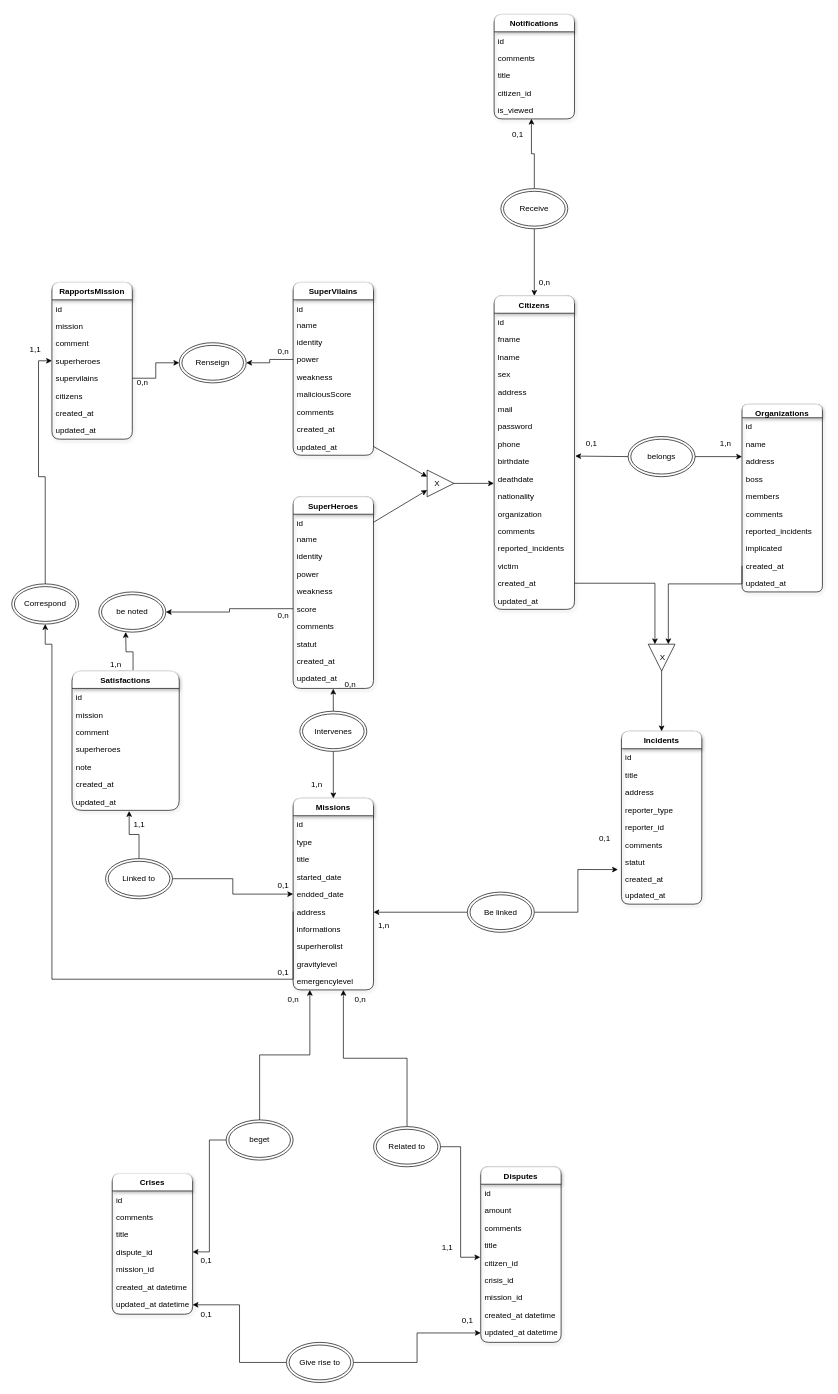
Earlier version of the draw.io diagram documentation/mcd/mcd.drawio (floriaaan/java-bootcamp). Source tidied: cells renumbered, new cells numbered last; positions are measured from the earlier drawing's top-left corner, leaving out a move shared by most shapes. Both pictures are drawn from the tidied source at 67%, with x=0, y=0 at pixel (11, 14).
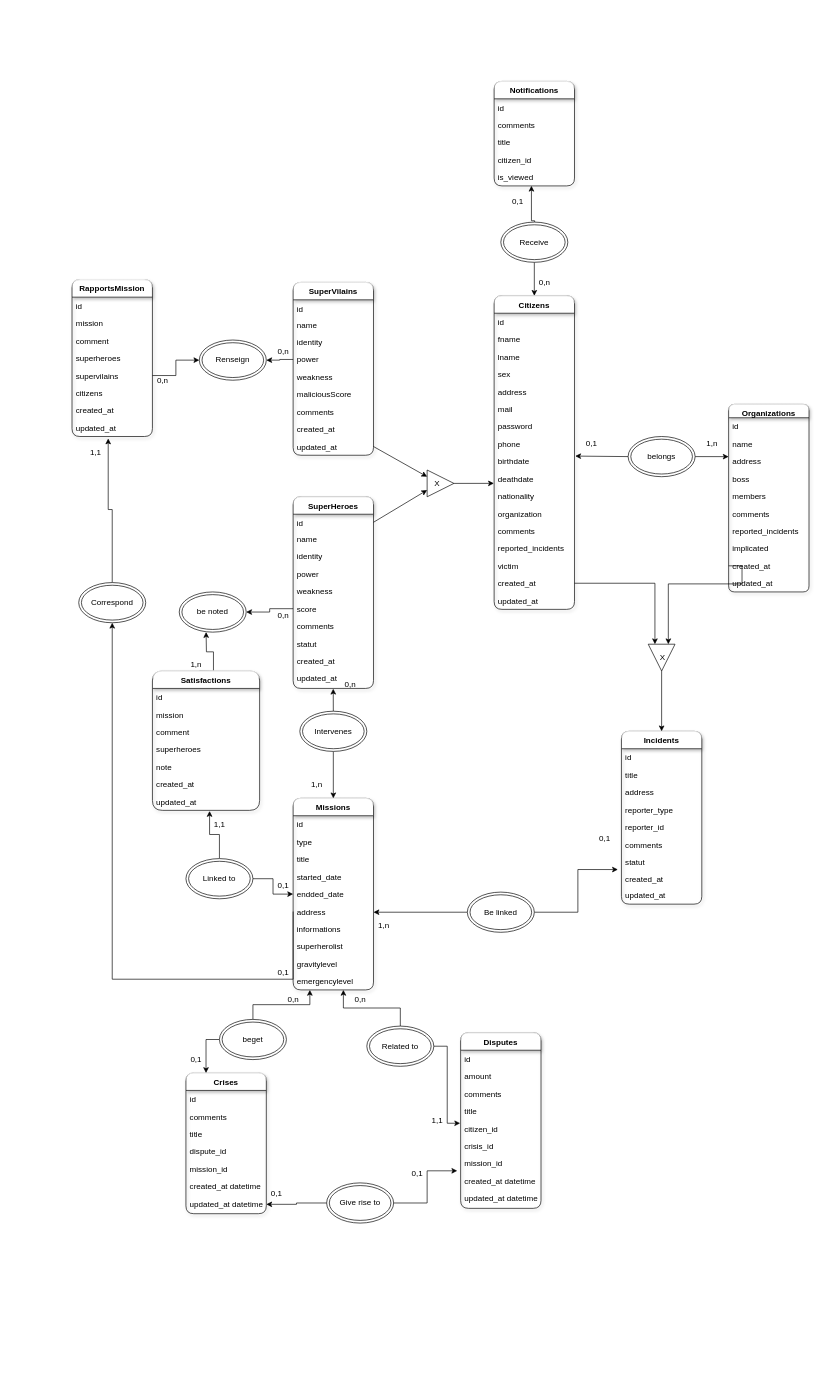
The same diagram, later.

The change refers to these unchanged cells:
```xml
<mxCell id="77" value="address" style="text;strokeColor=none;fillColor=none;align=left;verticalAlign=top;spacingLeft=4;spacingRight=4;overflow=hidden;points=[[0,0.5],[1,0.5]];portConstraint=eastwest;" parent="71" vertex="1">
  <mxGeometry y="156" width="120" height="26" as="geometry" />
</mxCell>
<mxCell id="100" value="superheroes" style="text;strokeColor=none;fillColor=none;align=left;verticalAlign=top;spacingLeft=4;spacingRight=4;overflow=hidden;points=[[0,0.5],[1,0.5]];portConstraint=eastwest;" parent="96" vertex="1">
  <mxGeometry y="104" width="120" height="26" as="geometry" />
</mxCell>
<mxCell id="104" value="updated_at" style="text;strokeColor=none;fillColor=none;align=left;verticalAlign=top;spacingLeft=4;spacingRight=4;overflow=hidden;points=[[0,0.5],[1,0.5]];portConstraint=eastwest;" parent="96" vertex="1">
  <mxGeometry y="208" width="120" height="26" as="geometry" />
</mxCell>
<mxCell id="137" value="dispute_id" style="text;strokeColor=none;fillColor=none;align=left;verticalAlign=top;spacingLeft=4;spacingRight=4;overflow=hidden;points=[[0,0.5],[1,0.5]];portConstraint=eastwest;" parent="133" vertex="1">
  <mxGeometry y="104" width="120" height="26" as="geometry" />
</mxCell>
<mxCell id="149" value="created_at datetime" style="text;strokeColor=none;fillColor=none;align=left;verticalAlign=top;spacingLeft=4;spacingRight=4;overflow=hidden;points=[[0,0.5],[1,0.5]];portConstraint=eastwest;" parent="141" vertex="1">
  <mxGeometry y="208" width="120" height="26" as="geometry" />
</mxCell>
<mxCell id="150" value="updated_at datetime" style="text;strokeColor=none;fillColor=none;align=left;verticalAlign=top;spacingLeft=4;spacingRight=4;overflow=hidden;points=[[0,0.5],[1,0.5]];portConstraint=eastwest;" parent="141" vertex="1">
  <mxGeometry y="234" width="120" height="28" as="geometry" />
</mxCell>
<mxCell id="156" value="is_viewed" style="text;strokeColor=none;fillColor=none;align=left;verticalAlign=top;spacingLeft=4;spacingRight=4;overflow=hidden;points=[[0,0.5],[1,0.5]];portConstraint=eastwest;" parent="151" vertex="1">
  <mxGeometry y="130" width="120" height="26" as="geometry" />
</mxCell>
```

Change to the diagram source:
```diff
@@
     <mxCell id="20" value="Organizations" style="swimlane;fontStyle=1;horizontal=1;startSize=20;swimlaneLine=1;rounded=1;shadow=1;sketch=0;glass=1;verticalAlign=top;" parent="1" vertex="1">
-      <mxGeometry x="1090" y="582" width="120" height="280" as="geometry" />
+      <mxGeometry x="1070" y="582" width="120" height="280" as="geometry" />
     </mxCell>
@@
     <mxCell id="70" value="1,n" style="text;html=1;align=center;verticalAlign=middle;" parent="1" vertex="1">
-      <mxGeometry x="1050" y="630" width="30" height="20" as="geometry" />
+      <mxGeometry x="1030" y="630" width="30" height="20" as="geometry" />
     </mxCell>
@@
     <mxCell id="96" value="RapportsMission" style="swimlane;fontStyle=1;horizontal=1;startSize=26;swimlaneLine=1;rounded=1;shadow=1;sketch=0;glass=1;verticalAlign=top;" parent="1" vertex="1">
-      <mxGeometry x="60" y="400" width="120" height="234" as="geometry" />
+      <mxGeometry x="90" y="396" width="120" height="234" as="geometry" />
     </mxCell>
@@
     <mxCell id="105" value="Renseign" style="ellipse;shape=doubleEllipse;whiteSpace=wrap;html=1;" parent="1" vertex="1">
-      <mxGeometry x="250" y="490" width="100" height="60" as="geometry" />
+      <mxGeometry x="280" y="486" width="100" height="60" as="geometry" />
     </mxCell>
@@
     <mxCell id="108" value="0,n" style="text;html=1;align=center;verticalAlign=middle;" parent="1" vertex="1">
-      <mxGeometry x="180" y="540" width="30" height="20" as="geometry" />
+      <mxGeometry x="210" y="536" width="30" height="20" as="geometry" />
     </mxCell>
@@
-    <mxCell id="110" style="edgeStyle=orthogonalEdgeStyle;rounded=0;jettySize=auto;html=1;exitX=0.5;exitY=0;exitDx=0;exitDy=0;entryX=0;entryY=0.5;entryDx=0;entryDy=0;" parent="1" edge="1" source="111" target="100">
-      <mxGeometry relative="1" as="geometry" />
+    <mxCell id="110" style="edgeStyle=orthogonalEdgeStyle;rounded=0;jettySize=auto;html=1;exitX=0.5;exitY=0;exitDx=0;exitDy=0;entryX=0.45;entryY=1.115;entryDx=0;entryDy=0;entryPerimeter=0;" parent="1" edge="1" source="111" target="104">
+      <mxGeometry relative="1" as="geometry">
+        <Array as="points">
+          <mxPoint x="150" y="739" />
+          <mxPoint x="144" y="739" />
+        </Array>
+      </mxGeometry>
     </mxCell>
     <mxCell id="111" value="Correspond" style="ellipse;shape=doubleEllipse;whiteSpace=wrap;html=1;" parent="1" vertex="1">
-      <mxGeometry y="850" width="100" height="60" as="geometry" />
+      <mxGeometry x="100" y="848" width="100" height="60" as="geometry" />
     </mxCell>
-    <mxCell id="112" style="edgeStyle=orthogonalEdgeStyle;rounded=0;jettySize=auto;html=1;exitX=0;exitY=0.5;exitDx=0;exitDy=0;entryX=0.5;entryY=1;entryDx=0;entryDy=0;" parent="1" edge="1" source="77" target="111">
+    <mxCell id="112" style="edgeStyle=orthogonalEdgeStyle;rounded=0;jettySize=auto;html=1;exitX=0;exitY=0.5;exitDx=0;exitDy=0;" parent="1" edge="1" source="77">
       <mxGeometry relative="1" as="geometry">
+        <mxPoint x="150" y="908" as="targetPoint" />
         <Array as="points">
           <mxPoint x="420" y="1440" />
-          <mxPoint x="60" y="1440" />
-          <mxPoint x="60" y="940" />
+          <mxPoint x="150" y="1440" />
         </Array>
       </mxGeometry>
     </mxCell>
     <mxCell id="113" value="1,1" style="text;html=1;align=center;verticalAlign=middle;" parent="1" vertex="1">
-      <mxGeometry x="20" y="490" width="30" height="20" as="geometry" />
+      <mxGeometry x="110" y="644" width="30" height="20" as="geometry" />
     </mxCell>
@@
     <mxCell id="115" style="edgeStyle=orthogonalEdgeStyle;rounded=0;orthogonalLoop=1;jettySize=auto;html=1;exitX=0.5;exitY=0;exitDx=0;exitDy=0;entryX=0.5;entryY=1;entryDx=0;entryDy=0;" parent="1" edge="1">
       <mxGeometry relative="1" as="geometry">
-        <mxPoint x="160.1" y="979.9" as="sourcePoint" />
-        <mxPoint x="170.1" y="921.9" as="targetPoint" />
+        <mxPoint x="280.1" y="979.9" as="sourcePoint" />
+        <mxPoint x="290.1" y="921.9" as="targetPoint" />
       </mxGeometry>
     </mxCell>
     <mxCell id="116" value="Satisfactions" style="swimlane;fontStyle=1;horizontal=1;startSize=26;swimlaneLine=1;rounded=1;shadow=1;sketch=0;glass=1;verticalAlign=top;arcSize=19;" parent="1" vertex="1">
-      <mxGeometry x="90" y="980" width="160" height="208" as="geometry" />
+      <mxGeometry x="210" y="980" width="160" height="208" as="geometry" />
     </mxCell>
@@
     <mxCell id="126" value="Linked to" style="ellipse;shape=doubleEllipse;whiteSpace=wrap;html=1;" parent="1" vertex="1">
-      <mxGeometry x="140" y="1260" width="100" height="60" as="geometry" />
+      <mxGeometry x="260" y="1260" width="100" height="60" as="geometry" />
     </mxCell>
     <mxCell id="127" value="be noted" style="ellipse;shape=doubleEllipse;whiteSpace=wrap;html=1;" parent="1" vertex="1">
-      <mxGeometry x="130" y="862" width="100" height="60" as="geometry" />
+      <mxGeometry x="250" y="862" width="100" height="60" as="geometry" />
     </mxCell>
@@
     <mxCell id="129" value="1,1" style="text;html=1;align=center;verticalAlign=middle;" parent="1" vertex="1">
-      <mxGeometry x="175" y="1200" width="30" height="20" as="geometry" />
+      <mxGeometry x="295" y="1200" width="30" height="20" as="geometry" />
     </mxCell>
@@
     <mxCell id="132" value="1,n" style="text;html=1;align=center;verticalAlign=middle;" parent="1" vertex="1">
-      <mxGeometry x="140" y="960" width="30" height="20" as="geometry" />
+      <mxGeometry x="260" y="960" width="30" height="20" as="geometry" />
     </mxCell>
     <mxCell id="133" value="Crises" style="swimlane;fontStyle=1;horizontal=1;startSize=26;swimlaneLine=1;rounded=1;shadow=1;sketch=0;glass=1;verticalAlign=top;" parent="1" vertex="1">
-      <mxGeometry x="150" y="1730" width="120" height="210" as="geometry" />
+      <mxGeometry x="260" y="1580" width="120" height="210" as="geometry" />
     </mxCell>
@@
     <mxCell id="141" value="Disputes" style="swimlane;fontStyle=1;horizontal=1;startSize=26;swimlaneLine=1;rounded=1;shadow=1;sketch=0;glass=1;verticalAlign=top;" parent="1" vertex="1">
-      <mxGeometry x="700" y="1720" width="120" height="262" as="geometry" />
+      <mxGeometry x="670" y="1520" width="120" height="262" as="geometry" />
     </mxCell>
@@
     <mxCell id="151" value="Notifications" style="swimlane;fontStyle=1;horizontal=1;startSize=26;swimlaneLine=1;rounded=1;shadow=1;sketch=0;glass=1;verticalAlign=top;" parent="1" vertex="1">
-      <mxGeometry x="720" width="120" height="156" as="geometry" />
+      <mxGeometry x="720" y="100" width="120" height="156" as="geometry" />
     </mxCell>
@@
-    <mxCell id="157" style="edgeStyle=orthogonalEdgeStyle;rounded=0;jettySize=auto;html=1;exitX=0.5;exitY=0;exitDx=0;exitDy=0;entryX=0.464;entryY=0.993;entryDx=0;entryDy=0;entryPerimeter=0;" parent="1" edge="1" source="159" target="156">
-      <mxGeometry relative="1" as="geometry" />
+    <mxCell id="157" style="edgeStyle=orthogonalEdgeStyle;rounded=0;jettySize=auto;html=1;exitX=0.5;exitY=0;exitDx=0;exitDy=0;entryX=0.464;entryY=0.993;entryDx=0;entryDy=0;entryPerimeter=0;" parent="1" edge="1" target="156">
+      <mxGeometry relative="1" as="geometry">
+        <mxPoint x="780" y="360" as="sourcePoint" />
+      </mxGeometry>
     </mxCell>
@@
     <mxCell id="159" value="Receive" style="ellipse;shape=doubleEllipse;whiteSpace=wrap;html=1;" parent="1" vertex="1">
-      <mxGeometry x="730" y="260" width="100" height="60" as="geometry" />
+      <mxGeometry x="730" y="310" width="100" height="60" as="geometry" />
     </mxCell>
     <mxCell id="160" value="0,1" style="text;html=1;align=center;verticalAlign=middle;" parent="1" vertex="1">
-      <mxGeometry x="740" y="170" width="30" height="20" as="geometry" />
+      <mxGeometry x="740" y="270" width="30" height="20" as="geometry" />
     </mxCell>
@@
-    <mxCell id="162" style="edgeStyle=orthogonalEdgeStyle;rounded=0;jettySize=auto;html=1;exitX=0;exitY=0.5;exitDx=0;exitDy=0;entryX=1;entryY=0.5;entryDx=0;entryDy=0;" parent="1" edge="1" source="164" target="137">
+    <mxCell id="162" style="edgeStyle=orthogonalEdgeStyle;rounded=0;jettySize=auto;html=1;exitX=0;exitY=0.5;exitDx=0;exitDy=0;entryX=0.25;entryY=0;entryDx=0;entryDy=0;" parent="1" edge="1" source="164" target="133">
       <mxGeometry relative="1" as="geometry" />
     </mxCell>
@@
     <mxCell id="164" value="beget" style="ellipse;shape=doubleEllipse;whiteSpace=wrap;html=1;" parent="1" vertex="1">
-      <mxGeometry x="320" y="1650" width="100" height="60" as="geometry" />
+      <mxGeometry x="310" y="1500" width="100" height="60" as="geometry" />
     </mxCell>
@@
     <mxCell id="167" value="Related to" style="ellipse;shape=doubleEllipse;whiteSpace=wrap;html=1;" parent="1" vertex="1">
-      <mxGeometry x="540" y="1660" width="100" height="60" as="geometry" />
+      <mxGeometry x="530" y="1510" width="100" height="60" as="geometry" />
     </mxCell>
@@
-    <mxCell id="169" style="edgeStyle=orthogonalEdgeStyle;rounded=0;jettySize=auto;html=1;exitX=1;exitY=0.5;exitDx=0;exitDy=0;entryX=0;entryY=0.5;entryDx=0;entryDy=0;" parent="1" edge="1" source="170" target="150">
+    <mxCell id="169" style="edgeStyle=orthogonalEdgeStyle;rounded=0;jettySize=auto;html=1;exitX=1;exitY=0.5;exitDx=0;exitDy=0;entryX=-0.042;entryY=-0.077;entryDx=0;entryDy=0;entryPerimeter=0;" parent="1" edge="1" source="170" target="149">
       <mxGeometry relative="1" as="geometry" />
     </mxCell>
     <mxCell id="170" value="Give rise to" style="ellipse;shape=doubleEllipse;whiteSpace=wrap;html=1;" parent="1" vertex="1">
-      <mxGeometry x="410" y="1982" width="100" height="60" as="geometry" />
+      <mxGeometry x="470" y="1744" width="100" height="60" as="geometry" />
     </mxCell>
@@
     <mxCell id="172" value="0,1" style="text;html=1;align=center;verticalAlign=middle;" parent="1" vertex="1">
-      <mxGeometry x="275" y="1850" width="30" height="20" as="geometry" />
+      <mxGeometry x="260" y="1550" width="30" height="20" as="geometry" />
     </mxCell>
@@
     <mxCell id="174" value="1,1" style="text;html=1;align=center;verticalAlign=middle;" parent="1" vertex="1">
-      <mxGeometry x="635" y="1830" width="30" height="20" as="geometry" />
+      <mxGeometry x="620" y="1641" width="30" height="20" as="geometry" />
     </mxCell>
     <mxCell id="175" value="0,1" style="text;html=1;align=center;verticalAlign=middle;" parent="1" vertex="1">
-      <mxGeometry x="275" y="1930" width="30" height="20" as="geometry" />
+      <mxGeometry x="380" y="1750" width="30" height="20" as="geometry" />
     </mxCell>
     <mxCell id="176" value="0,1" style="text;html=1;align=center;verticalAlign=middle;" parent="1" vertex="1">
-      <mxGeometry x="665" y="1940" width="30" height="20" as="geometry" />
+      <mxGeometry x="590" y="1720" width="30" height="20" as="geometry" />
     </mxCell>
```
